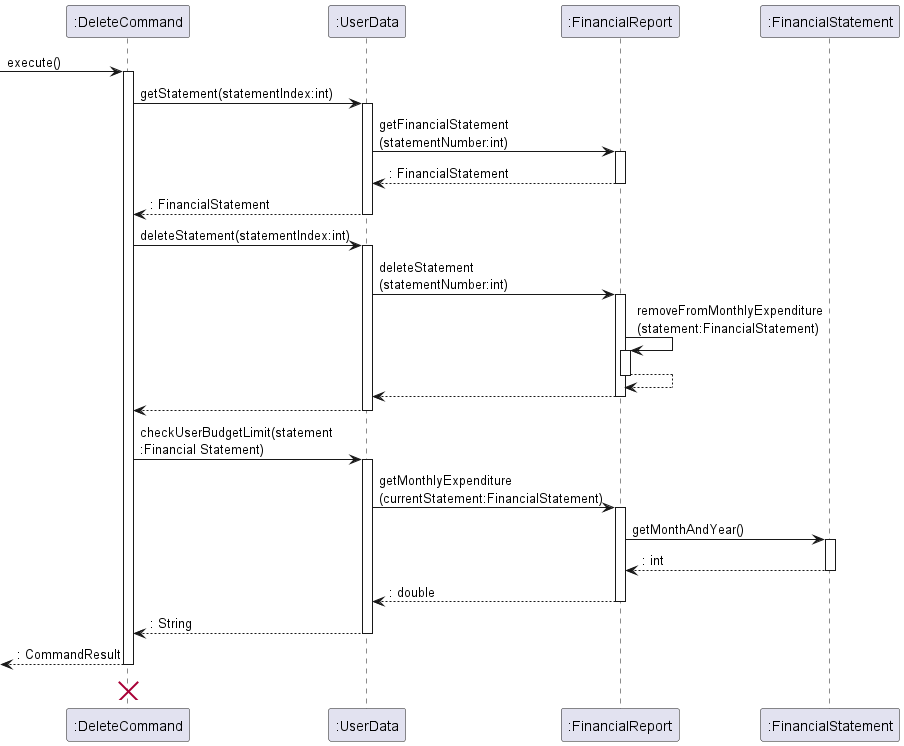
Above: docs/images/DeveloperGuide/DeleteCommandSequenceDiagram.png in nus-cs2113-AY2223S2/tp (PlantUML), before the change.
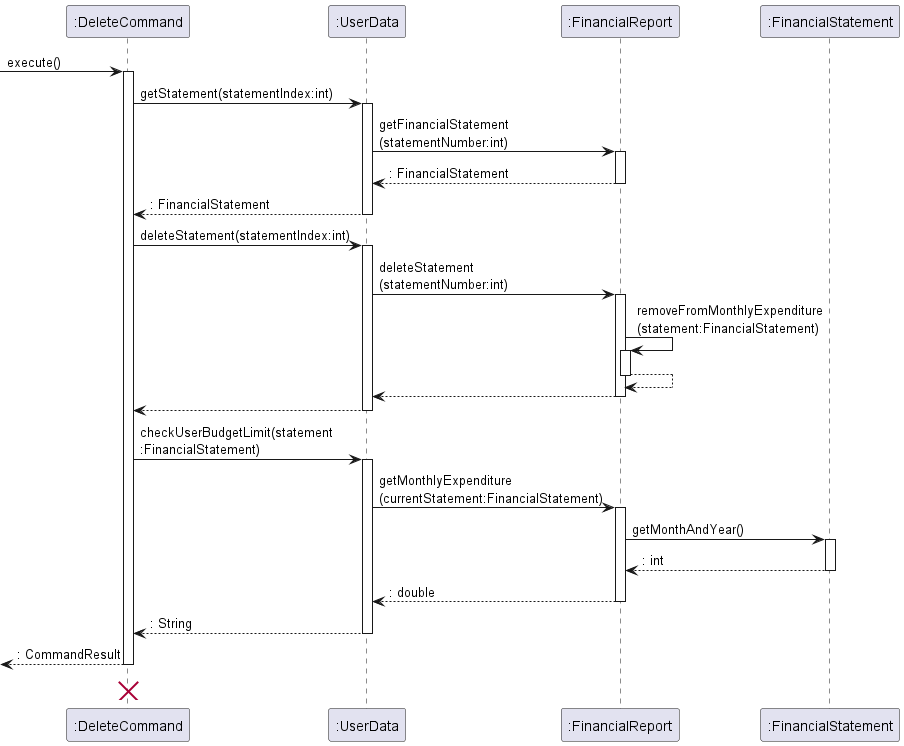
The same file after the commit.

The edit, as a diff of the source:
```diff
@@ -37,7 +37,7 @@
 UserData --> DeleteCommand
 deactivate UserData
 
-DeleteCommand -> UserData : checkUserBudgetLimit(statement\n:Financial Statement)
+DeleteCommand -> UserData : checkUserBudgetLimit(statement\n:FinancialStatement)
 activate UserData
 
 UserData -> FinancialReport : getMonthlyExpenditure\n(currentStatement:FinancialStatement)
```
